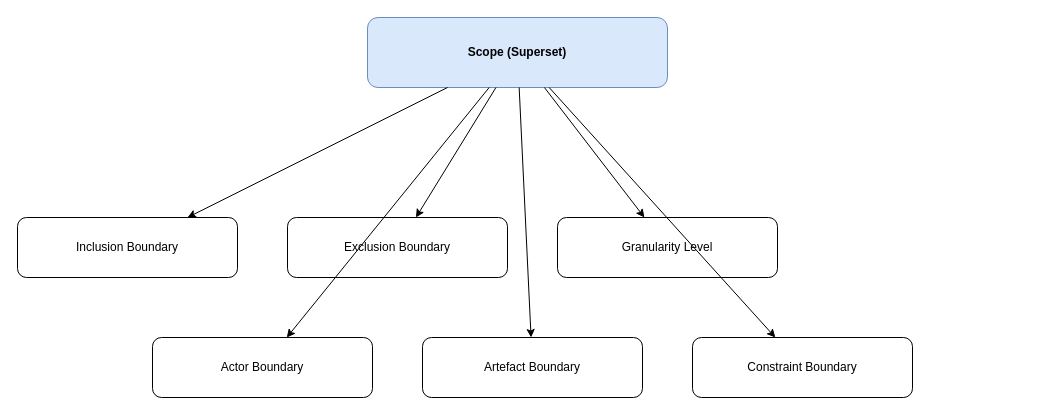
Above: ontology/vNext/core-extension/scope/diagrams/SCOPE-L1-STRUCTURE.drawio in perryjmcleod/repac-ontology (draw.io), before the change. Source tidied: cells renumbered, new cells numbered last; positions are measured from the earlier drawing's top-left corner, leaving out a move shared by most shapes. Both pictures are drawn from the tidied source at 100%, with x=0, y=0 at pixel (17, 17).
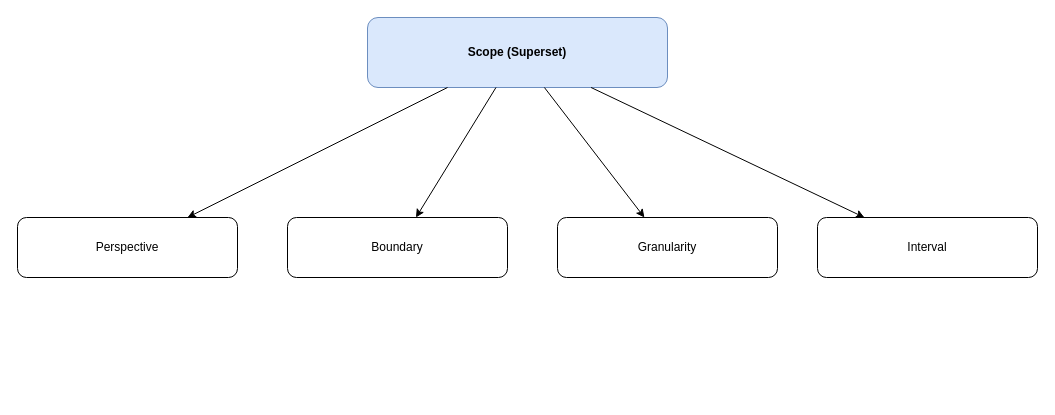
The same diagram, later.

Commit message (it also covers changes not shown here):
Scope L1: align freeze decision and diagram with frozen subsets

Diff of the diagram source:
```diff
@@
 <mxGraphModel>
   <root>
     <mxCell id="0" />
     <mxCell id="1" parent="0" />
     <mxCell id="2" value="Scope (Superset)" style="rounded=1;whiteSpace=wrap;html=1;fillColor=#dae8fc;strokeColor=#6c8ebf;fontStyle=1;" parent="1" vertex="1">
       <mxGeometry x="350" width="300" height="70" as="geometry" />
     </mxCell>
-    <mxCell id="3" value="Inclusion Boundary" style="rounded=1;whiteSpace=wrap;html=1;" parent="1" vertex="1">
+    <mxCell id="3" value="Perspective" style="rounded=1;whiteSpace=wrap;html=1;" parent="1" vertex="1">
       <mxGeometry y="200" width="220" height="60" as="geometry" />
     </mxCell>
-    <mxCell id="4" value="Exclusion Boundary" style="rounded=1;whiteSpace=wrap;html=1;" parent="1" vertex="1">
+    <mxCell id="4" value="Boundary" style="rounded=1;whiteSpace=wrap;html=1;" parent="1" vertex="1">
       <mxGeometry x="270" y="200" width="220" height="60" as="geometry" />
     </mxCell>
-    <mxCell id="5" value="Granularity Level" style="rounded=1;whiteSpace=wrap;html=1;" parent="1" vertex="1">
+    <mxCell id="5" value="Granularity" style="rounded=1;whiteSpace=wrap;html=1;" parent="1" vertex="1">
       <mxGeometry x="540" y="200" width="220" height="60" as="geometry" />
     </mxCell>
-    <mxCell id="6" value="Actor Boundary" style="rounded=1;whiteSpace=wrap;html=1;" parent="1" vertex="1">
-      <mxGeometry x="135" y="320" width="220" height="60" as="geometry" />
+    <mxCell id="6" value="Interval" style="rounded=1;whiteSpace=wrap;html=1;" parent="1" vertex="1">
+      <mxGeometry x="800" y="200" width="220" height="60" as="geometry" />
     </mxCell>
-    <mxCell id="7" value="Artefact Boundary" style="rounded=1;whiteSpace=wrap;html=1;" parent="1" vertex="1">
-      <mxGeometry x="405" y="320" width="220" height="60" as="geometry" />
-    </mxCell>
-    <mxCell id="8" value="Constraint Boundary" style="rounded=1;whiteSpace=wrap;html=1;" parent="1" vertex="1">
-      <mxGeometry x="675" y="320" width="220" height="60" as="geometry" />
-    </mxCell>
     <mxCell id="9" parent="1" edge="1" source="2" target="3">
       <mxGeometry relative="1" as="geometry" />
     </mxCell>
     <mxCell id="10" parent="1" edge="1" source="2" target="4">
       <mxGeometry relative="1" as="geometry" />
     </mxCell>
     <mxCell id="11" parent="1" edge="1" source="2" target="5">
       <mxGeometry relative="1" as="geometry" />
     </mxCell>
     <mxCell id="12" parent="1" edge="1" source="2" target="6">
       <mxGeometry relative="1" as="geometry" />
     </mxCell>
-    <mxCell id="13" parent="1" edge="1" source="2" target="7">
-      <mxGeometry relative="1" as="geometry" />
-    </mxCell>
-    <mxCell id="14" parent="1" edge="1" source="2" target="8">
-      <mxGeometry relative="1" as="geometry" />
-    </mxCell>
   </root>
 </mxGraphModel>
```
